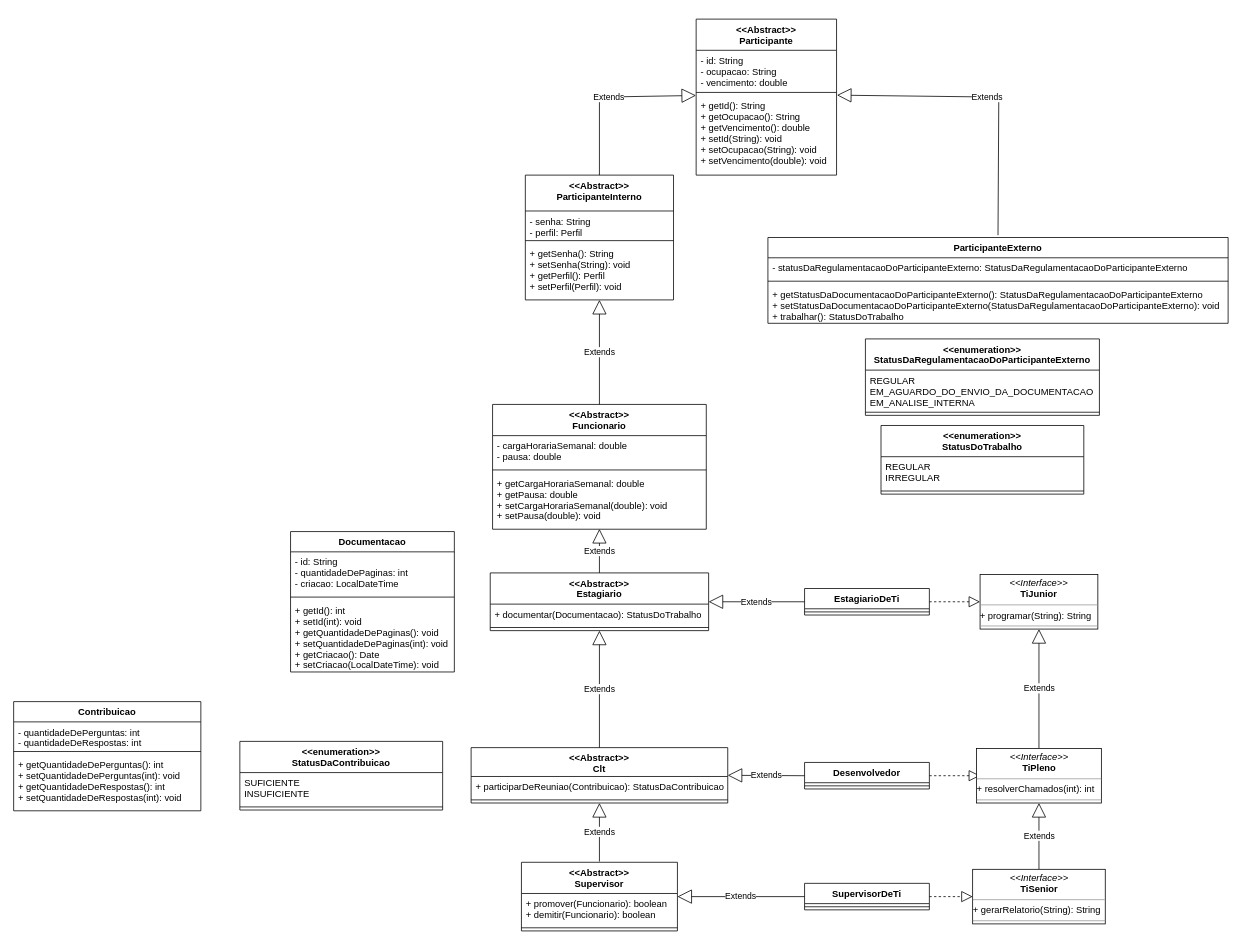
The draw.io diagram erp.drawio in andre-alck/erp, before the edit. Source tidied: cells renumbered, new cells numbered last; positions are measured from the earlier drawing's top-left corner, leaving out a move shared by most shapes. Both pictures are drawn from the tidied source at 78%, with x=0, y=0 at pixel (13, 19).
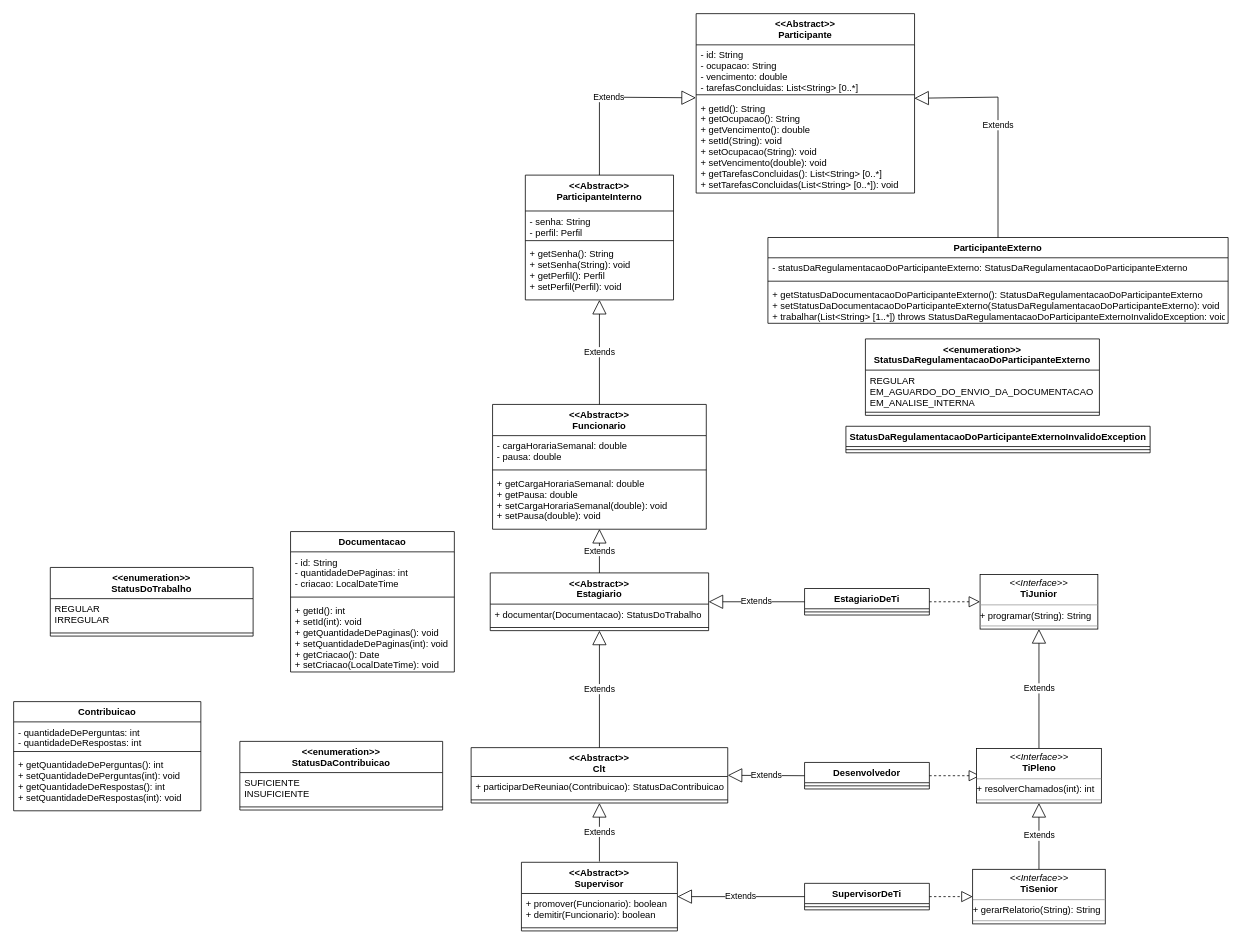
The same diagram, later.

Commit message (it also covers changes not shown here):
docs: add atributo tarefasConcluidas; lanca excecao ao inves de codigo de operacao para metodo trabalhar

The change refers to these unchanged cells:
```xml
<mxCell id="19" value="ParticipanteExterno" style="swimlane;fontStyle=1;align=center;verticalAlign=top;horizontal=1;startSize=26;" parent="1" vertex="1">
  <mxGeometry x="967" y="280" width="590" height="110" as="geometry" />
</mxCell>
```

Change to the diagram source:
```diff
@@
     <mxCell id="3" value="&lt;&lt;Abstract&gt;&gt;&#10;Participante" style="swimlane;fontStyle=1;align=center;verticalAlign=top;horizontal=1;startSize=40;" parent="1" vertex="1">
-      <mxGeometry x="875" width="180" height="200" as="geometry" />
+      <mxGeometry x="875" y="-7" width="280" height="230" as="geometry" />
     </mxCell>
-    <mxCell id="4" value="- id: String&#10;- ocupacao: String&#10;- vencimento: double" style="text;strokeColor=none;fillColor=none;align=left;verticalAlign=top;spacingLeft=4;spacingRight=4;overflow=hidden;" parent="3" vertex="1">
-      <mxGeometry y="40" width="180" height="50" as="geometry" />
+    <mxCell id="4" value="- id: String&#10;- ocupacao: String&#10;- vencimento: double&#10;- tarefasConcluidas: List&lt;String&gt; [0..*]" style="text;strokeColor=none;fillColor=none;align=left;verticalAlign=top;spacingLeft=4;spacingRight=4;overflow=hidden;" parent="3" vertex="1">
+      <mxGeometry y="40" width="280" height="60" as="geometry" />
     </mxCell>
     <mxCell id="5" style="line;strokeWidth=1;fillColor=none;align=left;verticalAlign=middle;spacingTop=-1;spacingLeft=3;spacingRight=3;labelPosition=right;strokeColor=inherit;" parent="3" vertex="1">
-      <mxGeometry y="90" width="180" height="8" as="geometry" />
+      <mxGeometry y="100" width="280" height="8" as="geometry" />
     </mxCell>
-    <mxCell id="6" value="+ getId(): String&#10;+ getOcupacao(): String&#10;+ getVencimento(): double&#10;+ setId(String): void&#10;+ setOcupacao(String): void&#10;+ setVencimento(double): void" style="text;strokeColor=none;fillColor=none;align=left;verticalAlign=top;spacingLeft=4;spacingRight=4;overflow=hidden;points=[[0,0.5],[1,0.5]];portConstraint=eastwest;" parent="3" vertex="1">
-      <mxGeometry y="98" width="180" height="102" as="geometry" />
+    <mxCell id="6" value="+ getId(): String&#10;+ getOcupacao(): String&#10;+ getVencimento(): double&#10;+ setId(String): void&#10;+ setOcupacao(String): void&#10;+ setVencimento(double): void&#10;+ getTarefasConcluidas(): List&lt;String&gt; [0..*]&#10;+ setTarefasConcluidas(List&lt;String&gt; [0..*]): void" style="text;strokeColor=none;fillColor=none;align=left;verticalAlign=top;spacingLeft=4;spacingRight=4;overflow=hidden;points=[[0,0.5],[1,0.5]];portConstraint=eastwest;" parent="3" vertex="1">
+      <mxGeometry y="108" width="280" height="122" as="geometry" />
     </mxCell>
@@
-    <mxCell id="22" value="+ getStatusDaDocumentacaoDoParticipanteExterno(): StatusDaRegulamentacaoDoParticipanteExterno&#10;+ setStatusDaDocumentacaoDoParticipanteExterno(StatusDaRegulamentacaoDoParticipanteExterno): void&#10;+ trabalhar(): StatusDoTrabalho" style="text;strokeColor=none;fillColor=none;align=left;verticalAlign=top;spacingLeft=4;spacingRight=4;overflow=hidden;" parent="19" vertex="1">
+    <mxCell id="22" value="+ getStatusDaDocumentacaoDoParticipanteExterno(): StatusDaRegulamentacaoDoParticipanteExterno&#10;+ setStatusDaDocumentacaoDoParticipanteExterno(StatusDaRegulamentacaoDoParticipanteExterno): void&#10;+ trabalhar(List&lt;String&gt; [1..*]) throws StatusDaRegulamentacaoDoParticipanteExternoInvalidoException: void" style="text;strokeColor=none;fillColor=none;align=left;verticalAlign=top;spacingLeft=4;spacingRight=4;overflow=hidden;" parent="19" vertex="1">
       <mxGeometry y="60" width="590" height="50" as="geometry" />
     </mxCell>
@@
     <mxCell id="26" value="&lt;&lt;enumeration&gt;&gt;&#10;StatusDoTrabalho" style="swimlane;fontStyle=1;align=center;verticalAlign=top;horizontal=1;startSize=40;" parent="1" vertex="1">
-      <mxGeometry x="1112" y="521" width="260" height="88" as="geometry" />
+      <mxGeometry x="47" y="703" width="260" height="88" as="geometry" />
     </mxCell>
@@
-    <mxCell id="46" value="Extends" style="endArrow=block;endSize=16;endFill=0;html=1;rounded=0;exitX=0.5;exitY=-0.027;exitDx=0;exitDy=0;exitPerimeter=0;entryX=1.003;entryY=-0.005;entryDx=0;entryDy=0;entryPerimeter=0;" parent="1" edge="1" source="19" target="6">
-      <mxGeometry relative="1" as="geometry">
-        <Array as="points">
-          <mxPoint x="1263" y="100" />
-        </Array>
-      </mxGeometry>
-    </mxCell>
@@
+    <mxCell id="68" value="StatusDaRegulamentacaoDoParticipanteExternoInvalidoException" style="swimlane;fontStyle=1;align=center;verticalAlign=top;horizontal=1;startSize=26;whiteSpace=wrap;html=1;" parent="1" vertex="1">
+      <mxGeometry x="1067" y="522" width="390" height="34" as="geometry" />
+    </mxCell>
+    <mxCell id="69" style="line;strokeWidth=1;fillColor=none;align=left;verticalAlign=middle;spacingTop=-1;spacingLeft=3;spacingRight=3;labelPosition=right;strokeColor=inherit;" parent="68" vertex="1">
+      <mxGeometry y="26" width="390" height="8" as="geometry" />
+    </mxCell>
+    <mxCell id="46" value="Extends" style="endArrow=block;endSize=16;endFill=0;html=1;rounded=0;exitX=0.5;exitY=0;exitDx=0;exitDy=0;entryX=0.999;entryY=0.004;entryDx=0;entryDy=0;entryPerimeter=0;" parent="1" edge="1" source="19" target="6">
+      <mxGeometry relative="1" as="geometry">
+        <Array as="points">
+          <mxPoint x="1262" y="100" />
+        </Array>
+      </mxGeometry>
+    </mxCell>
```
